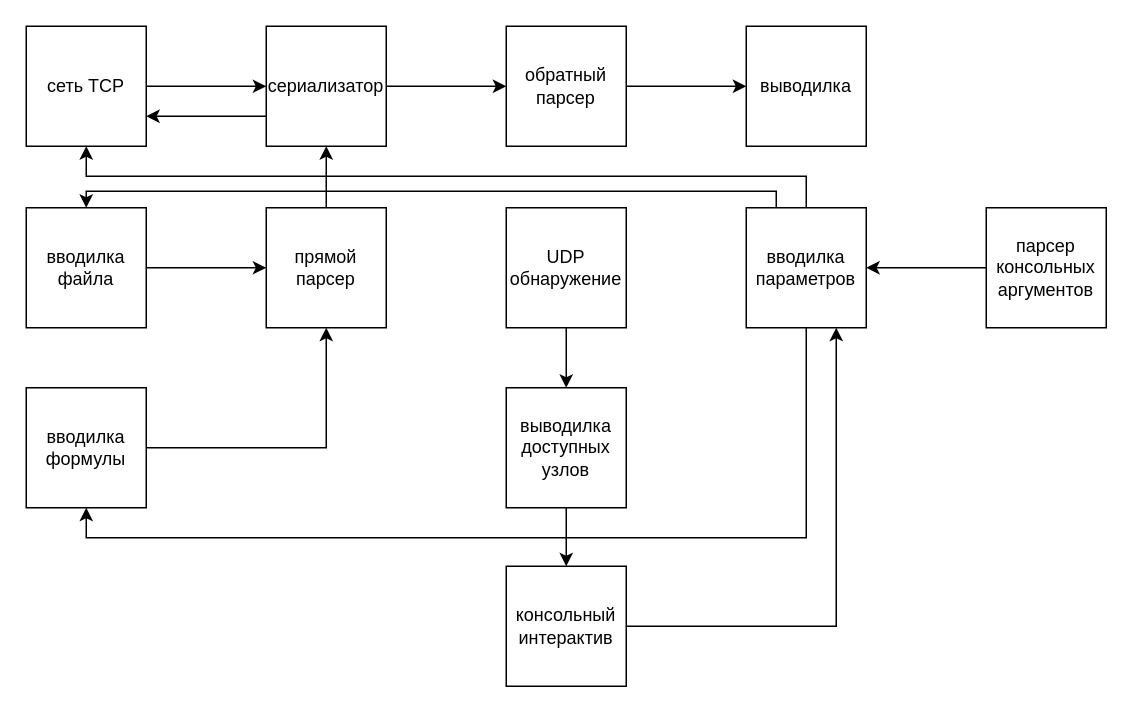
Before: page "Page-1" (1 of 2) of TaskManagerTopLevelConnection.drawio in TrueCraftWorld/effective-octo-computing-machine, a draw.io diagram. Source tidied: cells renumbered, new cells numbered last; positions are measured from the earlier drawing's top-left corner, leaving out a move shared by most shapes. Both pictures are drawn from the tidied source at 150%, with x=0, y=0 at pixel (26, 26).
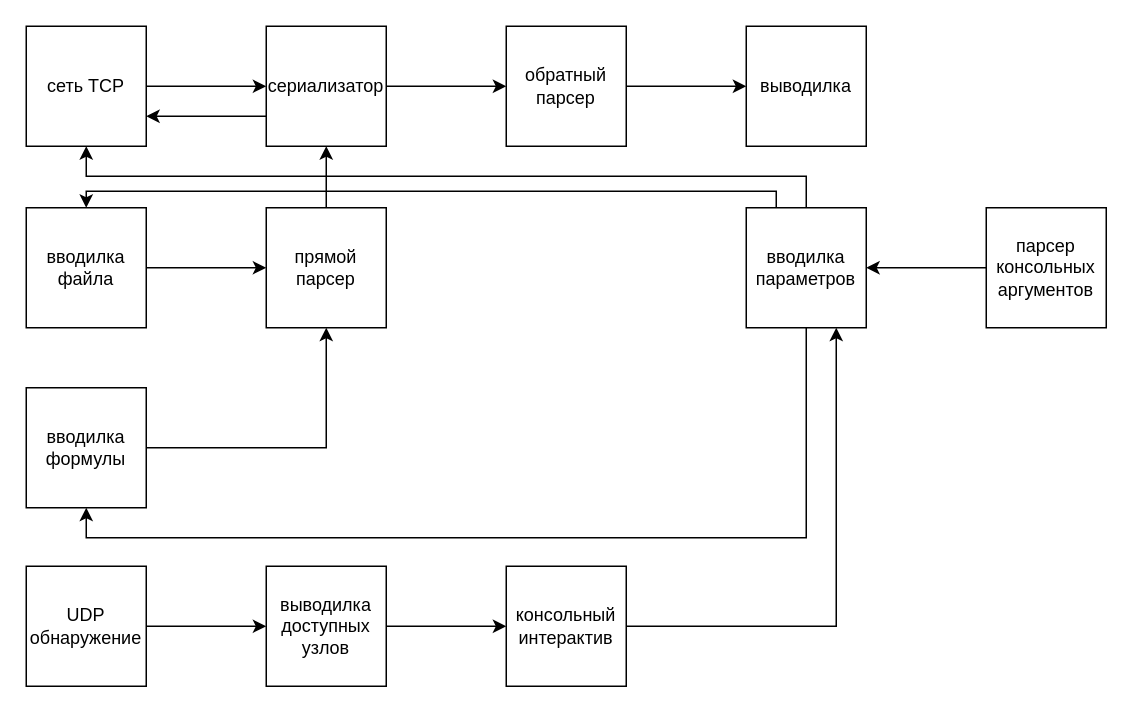
The same page after the edit.

Change to the diagram source:
```diff
@@
-    <mxCell id="14" value="сериализатор" style="whiteSpace=wrap;html=1;" parent="1" vertex="1">
+    <mxCell id="14" value="&lt;div&gt;сериализатор&lt;/div&gt;" style="whiteSpace=wrap;html=1;" parent="1" vertex="1">
       <mxGeometry x="160" width="80" height="80" as="geometry" />
     </mxCell>
@@
-    <mxCell id="20" style="edgeStyle=orthogonalEdgeStyle;rounded=0;jettySize=auto;html=1;" parent="1" edge="1" source="21" target="23">
+    <mxCell id="20" style="edgeStyle=orthogonalEdgeStyle;rounded=0;jettySize=auto;html=1;exitX=1;exitY=0.5;exitDx=0;exitDy=0;entryX=0;entryY=0.5;entryDx=0;entryDy=0;" parent="1" edge="1" source="21" target="23">
       <mxGeometry relative="1" as="geometry" />
     </mxCell>
     <mxCell id="21" value="&lt;div&gt;UDP &lt;br&gt;&lt;/div&gt;&lt;div&gt;обнаружение&lt;br&gt;&lt;/div&gt;" style="whiteSpace=wrap;html=1;" parent="1" vertex="1">
-      <mxGeometry x="320" y="121" width="80" height="80" as="geometry" />
+      <mxGeometry y="360" width="80" height="80" as="geometry" />
     </mxCell>
@@
     <mxCell id="23" value="&lt;div&gt;выводилка&lt;/div&gt;&lt;div&gt;доступных узлов&lt;br&gt;&lt;/div&gt;" style="whiteSpace=wrap;html=1;" parent="1" vertex="1">
-      <mxGeometry x="320" y="241" width="80" height="80" as="geometry" />
+      <mxGeometry x="160" y="360" width="80" height="80" as="geometry" />
     </mxCell>
```
